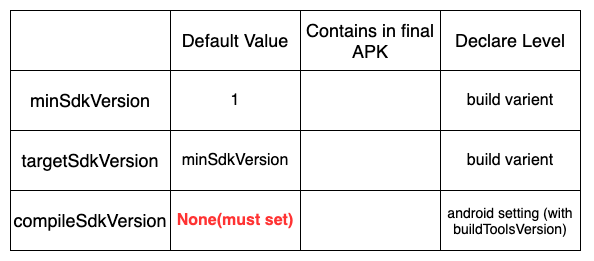
The draw.io diagram BlogPictures/pictures/SdkVersion.png in Yunze-Li/BlogPictures, before a commit. Source tidied: cells renumbered, new cells last; positions are measured from the earlier drawing's top-left corner, leaving out a move shared by most shapes.
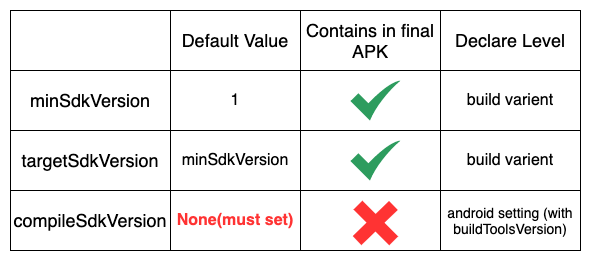
Later version of the same file.

The edit, as a diff of the source:
```diff
@@ -2,68 +2,86 @@
   <root>
     <mxCell id="0" />
     <mxCell id="1" parent="0" />
-    <mxCell id="2" style="shape=table;html=1;whiteSpace=wrap;startSize=0;" parent="1" vertex="1">
+    <mxCell id="2" style="group;" parent="1" vertex="1">
       <mxGeometry width="570" height="240" as="geometry" />
     </mxCell>
-    <mxCell id="3" style="shape=partialRectangle;html=1;whiteSpace=wrap;fillColor=none;top=0;left=0;bottom=0;right=0;" parent="2" vertex="1">
-      <mxGeometry width="570" height="60" as="geometry" />
+    <mxCell id="3" style="shape=table;html=1;whiteSpace=wrap;startSize=0;" parent="2" vertex="1">
+      <mxGeometry width="570" height="240" as="geometry" />
     </mxCell>
-    <mxCell id="4" style="shape=partialRectangle;html=1;whiteSpace=wrap;overflow=hidden;top=0;left=0;bottom=0;right=0;labelBorderColor=none;fillColor=none;" parent="3" vertex="1">
-      <mxGeometry width="160" height="60" as="geometry" />
+    <mxCell id="4" style="shape=partialRectangle;html=1;whiteSpace=wrap;fillColor=none;top=0;left=0;bottom=0;right=0;" parent="3" vertex="1">
+      <mxGeometry width="570" height="60" as="geometry" />
     </mxCell>
-    <mxCell id="5" value="Default Value" style="shape=partialRectangle;html=1;whiteSpace=wrap;overflow=hidden;top=0;left=0;bottom=0;right=0;fontSize=18;labelBorderColor=none;perimeterSpacing=0;fillColor=none;" parent="3" vertex="1">
-      <mxGeometry x="160" width="130" height="60" as="geometry" />
+    <mxCell id="5" style="shape=partialRectangle;html=1;whiteSpace=wrap;overflow=hidden;top=0;left=0;bottom=0;right=0;labelBorderColor=none;fillColor=none;" parent="4" vertex="1">
+      <mxGeometry width="160" height="60" as="geometry" />
     </mxCell>
-    <mxCell id="6" value="Contains in final APK" style="shape=partialRectangle;html=1;whiteSpace=wrap;overflow=hidden;top=0;left=0;bottom=0;right=0;fontSize=18;labelBorderColor=none;fillColor=none;" parent="3" vertex="1">
-      <mxGeometry x="290" width="140" height="60" as="geometry" />
+    <mxCell id="6" value="Default Value" style="shape=partialRectangle;html=1;whiteSpace=wrap;overflow=hidden;top=0;left=0;bottom=0;right=0;fontSize=18;labelBorderColor=none;perimeterSpacing=0;fillColor=none;" parent="4" vertex="1">
+      <mxGeometry x="160" width="130" height="60" as="geometry" />
     </mxCell>
-    <mxCell id="7" value="&lt;font style=&quot;font-size: 18px;&quot;&gt;Declare Level&lt;/font&gt;" style="shape=partialRectangle;html=1;whiteSpace=wrap;overflow=hidden;top=0;left=0;bottom=0;right=0;fontSize=18;labelBorderColor=none;fillColor=none;dashed=1;" parent="3" vertex="1">
-      <mxGeometry x="430" width="140" height="60" as="geometry" />
+    <mxCell id="7" value="Contains in final APK" style="shape=partialRectangle;html=1;whiteSpace=wrap;overflow=hidden;top=0;left=0;bottom=0;right=0;fontSize=18;labelBorderColor=none;fillColor=none;" parent="4" vertex="1">
+      <mxGeometry x="290" width="140" height="60" as="geometry" />
     </mxCell>
-    <mxCell id="8" style="shape=partialRectangle;html=1;whiteSpace=wrap;fillColor=none;top=0;left=0;bottom=0;right=0;" parent="2" vertex="1">
-      <mxGeometry y="60" width="570" height="60" as="geometry" />
+    <mxCell id="8" value="&lt;font style=&quot;font-size: 18px;&quot;&gt;Declare Level&lt;/font&gt;" style="shape=partialRectangle;html=1;whiteSpace=wrap;overflow=hidden;top=0;left=0;bottom=0;right=0;fontSize=18;labelBorderColor=none;fillColor=none;dashed=1;" parent="4" vertex="1">
+      <mxGeometry x="430" width="140" height="60" as="geometry" />
     </mxCell>
-    <mxCell id="9" value="minSdkVersion" style="shape=partialRectangle;html=1;whiteSpace=wrap;overflow=hidden;top=0;left=0;bottom=0;right=0;fontSize=18;labelBorderColor=none;fillColor=none;" parent="8" vertex="1">
-      <mxGeometry width="160" height="60" as="geometry" />
+    <mxCell id="9" style="shape=partialRectangle;html=1;whiteSpace=wrap;fillColor=none;top=0;left=0;bottom=0;right=0;" parent="3" vertex="1">
+      <mxGeometry y="60" width="570" height="60" as="geometry" />
     </mxCell>
-    <mxCell id="10" value="1" style="shape=partialRectangle;html=1;whiteSpace=wrap;overflow=hidden;fillColor=none;top=0;left=0;bottom=0;right=0;fontSize=16;" parent="8" vertex="1">
-      <mxGeometry x="160" width="130" height="60" as="geometry" />
+    <mxCell id="10" value="minSdkVersion" style="shape=partialRectangle;html=1;whiteSpace=wrap;overflow=hidden;top=0;left=0;bottom=0;right=0;fontSize=18;labelBorderColor=none;fillColor=none;" parent="9" vertex="1">
+      <mxGeometry width="160" height="60" as="geometry" />
     </mxCell>
-    <mxCell id="11" style="shape=partialRectangle;html=1;whiteSpace=wrap;overflow=hidden;fillColor=none;top=0;left=0;bottom=0;right=0;" parent="8" vertex="1">
-      <mxGeometry x="290" width="140" height="60" as="geometry" />
+    <mxCell id="11" value="1" style="shape=partialRectangle;html=1;whiteSpace=wrap;overflow=hidden;fillColor=none;top=0;left=0;bottom=0;right=0;fontSize=16;" parent="9" vertex="1">
+      <mxGeometry x="160" width="130" height="60" as="geometry" />
     </mxCell>
-    <mxCell id="12" value="build varient" style="shape=partialRectangle;html=1;whiteSpace=wrap;overflow=hidden;fillColor=none;top=0;left=0;bottom=0;right=0;fontSize=16;dashed=1;strokeWidth=7;" parent="8" vertex="1">
-      <mxGeometry x="430" width="140" height="60" as="geometry" />
+    <mxCell id="12" style="shape=partialRectangle;html=1;whiteSpace=wrap;overflow=hidden;fillColor=none;top=0;left=0;bottom=0;right=0;" parent="9" vertex="1">
+      <mxGeometry x="290" width="140" height="60" as="geometry" />
     </mxCell>
-    <mxCell id="13" style="shape=partialRectangle;html=1;whiteSpace=wrap;fillColor=none;top=0;left=0;bottom=0;right=0;" parent="2" vertex="1">
-      <mxGeometry y="120" width="570" height="60" as="geometry" />
+    <mxCell id="13" value="build varient" style="shape=partialRectangle;html=1;whiteSpace=wrap;overflow=hidden;fillColor=none;top=0;left=0;bottom=0;right=0;fontSize=16;dashed=1;strokeWidth=7;" parent="9" vertex="1">
+      <mxGeometry x="430" width="140" height="60" as="geometry" />
     </mxCell>
-    <mxCell id="14" value="targetSdkVersion" style="shape=partialRectangle;html=1;whiteSpace=wrap;overflow=hidden;top=0;left=0;bottom=0;right=0;fontSize=18;labelBorderColor=none;fillColor=none;" parent="13" vertex="1">
-      <mxGeometry width="160" height="60" as="geometry" />
+    <mxCell id="14" style="shape=partialRectangle;html=1;whiteSpace=wrap;fillColor=none;top=0;left=0;bottom=0;right=0;" parent="3" vertex="1">
+      <mxGeometry y="120" width="570" height="60" as="geometry" />
     </mxCell>
-    <mxCell id="15" value="minSdkVersion" style="shape=partialRectangle;html=1;whiteSpace=wrap;overflow=hidden;fillColor=none;top=0;left=0;bottom=0;right=0;fontSize=16;" parent="13" vertex="1">
-      <mxGeometry x="160" width="130" height="60" as="geometry" />
+    <mxCell id="15" value="targetSdkVersion" style="shape=partialRectangle;html=1;whiteSpace=wrap;overflow=hidden;top=0;left=0;bottom=0;right=0;fontSize=18;labelBorderColor=none;fillColor=none;" parent="14" vertex="1">
+      <mxGeometry width="160" height="60" as="geometry" />
     </mxCell>
-    <mxCell id="16" style="shape=partialRectangle;html=1;whiteSpace=wrap;overflow=hidden;fillColor=none;top=0;left=0;bottom=0;right=0;" parent="13" vertex="1">
-      <mxGeometry x="290" width="140" height="60" as="geometry" />
+    <mxCell id="16" value="minSdkVersion" style="shape=partialRectangle;html=1;whiteSpace=wrap;overflow=hidden;fillColor=none;top=0;left=0;bottom=0;right=0;fontSize=16;" parent="14" vertex="1">
+      <mxGeometry x="160" width="130" height="60" as="geometry" />
     </mxCell>
-    <mxCell id="17" value="build varient" style="shape=partialRectangle;html=1;whiteSpace=wrap;overflow=hidden;fillColor=none;top=0;left=0;bottom=0;right=0;fontSize=16;dashed=1;" parent="13" vertex="1">
-      <mxGeometry x="430" width="140" height="60" as="geometry" />
+    <mxCell id="17" style="shape=partialRectangle;html=1;whiteSpace=wrap;overflow=hidden;fillColor=none;top=0;left=0;bottom=0;right=0;" parent="14" vertex="1">
+      <mxGeometry x="290" width="140" height="60" as="geometry" />
     </mxCell>
-    <mxCell id="18" style="shape=partialRectangle;html=1;whiteSpace=wrap;fillColor=none;top=0;left=0;bottom=0;right=0;" parent="2" vertex="1">
-      <mxGeometry y="180" width="570" height="60" as="geometry" />
+    <mxCell id="18" value="build varient" style="shape=partialRectangle;html=1;whiteSpace=wrap;overflow=hidden;fillColor=none;top=0;left=0;bottom=0;right=0;fontSize=16;dashed=1;" parent="14" vertex="1">
+      <mxGeometry x="430" width="140" height="60" as="geometry" />
     </mxCell>
-    <mxCell id="19" value="compileSdkVersion" style="shape=partialRectangle;html=1;whiteSpace=wrap;overflow=hidden;top=0;left=0;bottom=0;right=0;fontSize=18;labelBorderColor=none;fillColor=none;" parent="18" vertex="1">
-      <mxGeometry width="160" height="60" as="geometry" />
+    <mxCell id="19" style="shape=partialRectangle;html=1;whiteSpace=wrap;fillColor=none;top=0;left=0;bottom=0;right=0;" parent="3" vertex="1">
+      <mxGeometry y="180" width="570" height="60" as="geometry" />
     </mxCell>
-    <mxCell id="20" value="None(must set)" style="shape=partialRectangle;html=1;whiteSpace=wrap;overflow=hidden;fillColor=none;top=0;left=0;bottom=0;right=0;fontSize=16;labelBackgroundColor=#ffffff;fontColor=#FF3333;fontStyle=1;" parent="18" vertex="1">
-      <mxGeometry x="160" width="130" height="60" as="geometry" />
+    <mxCell id="20" value="compileSdkVersion" style="shape=partialRectangle;html=1;whiteSpace=wrap;overflow=hidden;top=0;left=0;bottom=0;right=0;fontSize=18;labelBorderColor=none;fillColor=none;" parent="19" vertex="1">
+      <mxGeometry width="160" height="60" as="geometry" />
     </mxCell>
-    <mxCell id="21" style="shape=partialRectangle;html=1;whiteSpace=wrap;overflow=hidden;fillColor=none;top=0;left=0;bottom=0;right=0;" parent="18" vertex="1">
-      <mxGeometry x="290" width="140" height="60" as="geometry" />
+    <mxCell id="21" value="None(must set)" style="shape=partialRectangle;html=1;whiteSpace=wrap;overflow=hidden;fillColor=none;top=0;left=0;bottom=0;right=0;fontSize=16;labelBackgroundColor=#ffffff;fontColor=#FF3333;fontStyle=1;" parent="19" vertex="1">
+      <mxGeometry x="160" width="130" height="60" as="geometry" />
     </mxCell>
-    <mxCell id="22" value="android setting (with buildToolsVersion)" style="shape=partialRectangle;html=1;whiteSpace=wrap;overflow=hidden;fillColor=none;top=0;left=0;bottom=0;right=0;fontSize=14;dashed=1;" parent="18" vertex="1">
-      <mxGeometry x="430" width="140" height="60" as="geometry" />
+    <mxCell id="22" style="shape=partialRectangle;html=1;whiteSpace=wrap;overflow=hidden;fillColor=none;top=0;left=0;bottom=0;right=0;" parent="19" vertex="1">
+      <mxGeometry x="290" width="140" height="60" as="geometry" />
     </mxCell>
+    <mxCell id="23" value="android setting (with buildToolsVersion)" style="shape=partialRectangle;html=1;whiteSpace=wrap;overflow=hidden;fillColor=none;top=0;left=0;bottom=0;right=0;fontSize=14;dashed=1;" parent="19" vertex="1">
+      <mxGeometry x="430" width="140" height="60" as="geometry" />
+    </mxCell>
+    <mxCell id="24" style="html=1;strokeColor=none;shadow=0;align=center;verticalAlign=top;fillColor=#2D9C5E;shape=mxgraph.gcp2.check;fontSize=16;" parent="2" vertex="1">
+      <mxGeometry x="340" y="130" width="50" height="40" as="geometry" />
+    </mxCell>
+    <mxCell id="25" style="html=1;strokeColor=none;shadow=0;align=center;verticalAlign=top;fillColor=#2D9C5E;shape=mxgraph.gcp2.check;fontSize=16;" parent="2" vertex="1">
+      <mxGeometry x="340" y="70" width="50" height="40" as="geometry" />
+    </mxCell>
+    <mxCell id="26" style="group;" parent="2" vertex="1">
+      <mxGeometry x="375.8" y="190" width="45" height="45" as="geometry" />
+    </mxCell>
+    <mxCell id="27" style="rounded=0;whiteSpace=wrap;html=1;strokeColor=none;fillColor=#FF3333;rotation=-44;" parent="26" vertex="1">
+      <mxGeometry x="-36.3" y="16.2" width="50.6" height="12.6" as="geometry" />
+    </mxCell>
+    <mxCell id="28" style="rounded=0;whiteSpace=wrap;html=1;strokeColor=none;fillColor=#FF3333;rotation=45;" parent="2" vertex="1">
+      <mxGeometry x="340" y="206.2" width="50.6" height="12.6" as="geometry" />
+    </mxCell>
   </root>
 </mxGraphModel>
```
